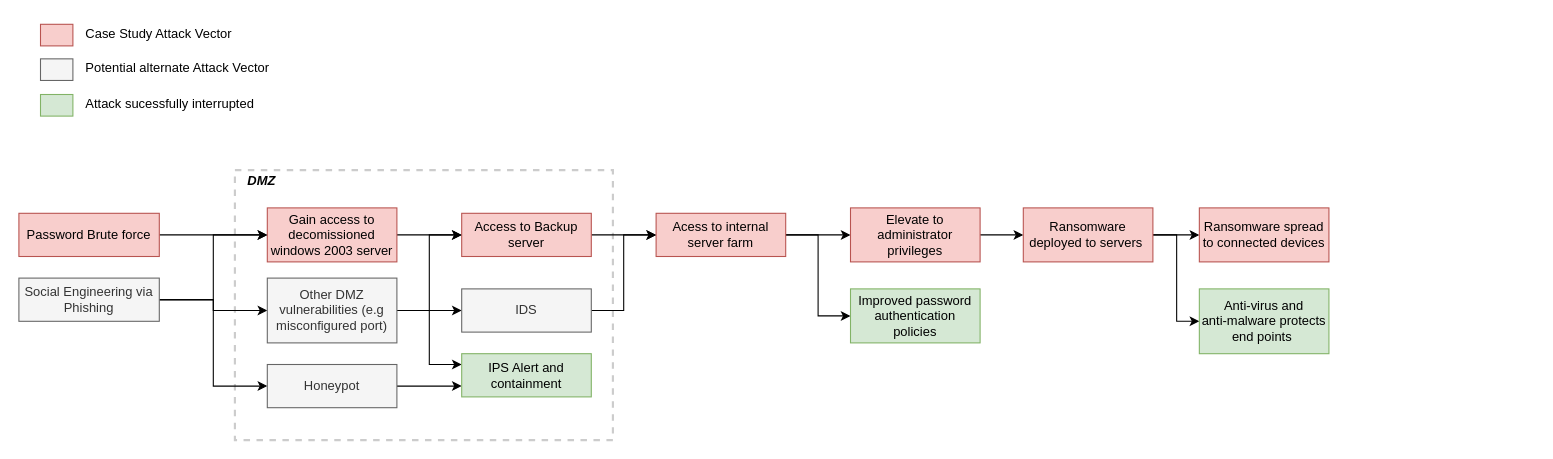
Before: Attack_vector_diagram.drawio in Jeenix/info-sec, a draw.io diagram. Source tidied: cells renumbered, new cells numbered last; positions are measured from the earlier drawing's top-left corner, leaving out a move shared by most shapes. Both pictures are drawn from the tidied source at 108%, with x=0, y=0 at pixel (18, 18).
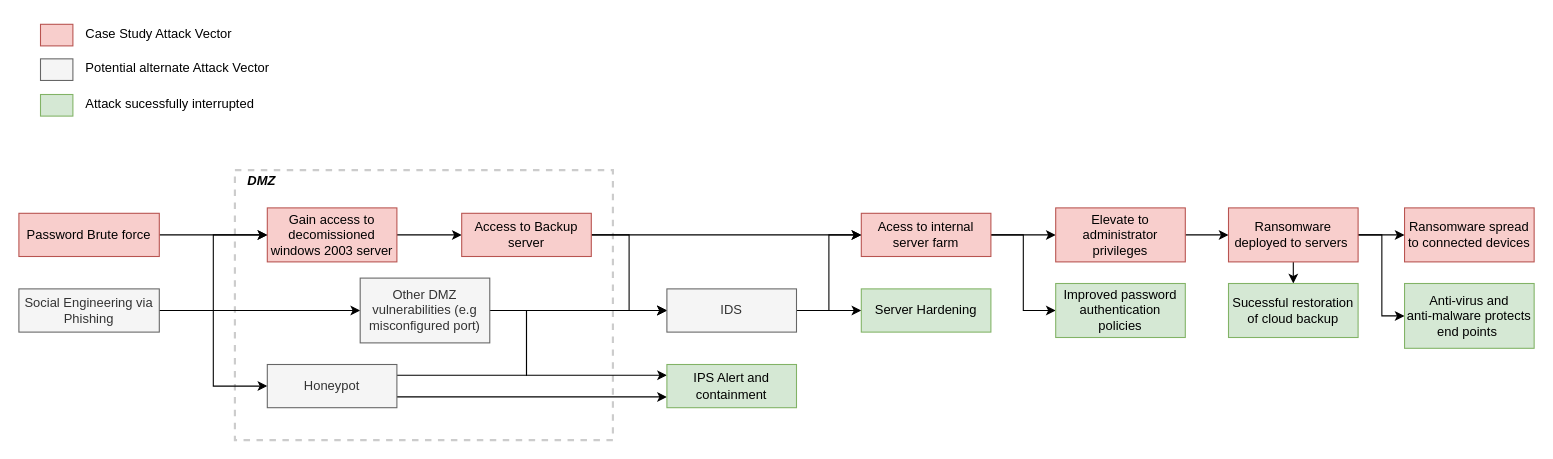
The same page after the edit.

Unchanged cells that the change refers to:
```xml
<mxCell id="8" value="Access to Backup server" style="rounded=0;whiteSpace=wrap;html=1;fontSize=12;glass=0;strokeWidth=1;shadow=0;fillColor=#f8cecc;strokeColor=#b85450;" parent="1" vertex="1">
  <mxGeometry x="410" y="180" width="120" height="40" as="geometry" />
</mxCell>
<mxCell id="28" value="Honeypot" style="rounded=0;whiteSpace=wrap;html=1;fontSize=12;glass=0;strokeWidth=1;shadow=0;fillColor=#f5f5f5;strokeColor=#666666;fontColor=#333333;" parent="1" vertex="1">
  <mxGeometry x="230" y="320" width="120" height="40" as="geometry" />
</mxCell>
```

Change to the diagram source:
```diff
@@
+    <mxCell id="40" style="edgeStyle=elbowEdgeStyle;shape=connector;rounded=0;jettySize=auto;html=1;entryX=0;entryY=0.5;entryDx=0;entryDy=0;labelBackgroundColor=default;fontFamily=Helvetica;fontSize=11;fontColor=default;endArrow=classic;strokeColor=default;" parent="1" edge="1" source="8" target="39">
+      <mxGeometry relative="1" as="geometry" />
+    </mxCell>
@@
     <mxCell id="16" value="Social Engineering via Phishing" style="rounded=0;whiteSpace=wrap;html=1;fontSize=12;glass=0;strokeWidth=1;shadow=0;fillColor=#f5f5f5;strokeColor=#666666;fontColor=#333333;" parent="1" vertex="1">
-      <mxGeometry y="240" width="130" height="40" as="geometry" />
+      <mxGeometry y="250" width="130" height="40" as="geometry" />
     </mxCell>
@@
     <mxCell id="19" value="Acess to internal server farm" style="rounded=0;whiteSpace=wrap;html=1;fontSize=12;glass=0;strokeWidth=1;shadow=0;fillColor=#f8cecc;strokeColor=#b85450;" parent="1" vertex="1">
-      <mxGeometry x="590" y="180" width="120" height="40" as="geometry" />
+      <mxGeometry x="780" y="180" width="120" height="40" as="geometry" />
     </mxCell>
@@
     <mxCell id="21" value="Elevate to administrator privileges" style="rounded=0;whiteSpace=wrap;html=1;fontSize=12;glass=0;strokeWidth=1;shadow=0;fillColor=#f8cecc;strokeColor=#b85450;" parent="1" vertex="1">
-      <mxGeometry x="770" y="175" width="120" height="50" as="geometry" />
+      <mxGeometry x="960" y="175" width="120" height="50" as="geometry" />
     </mxCell>
@@
+    <mxCell id="25" style="edgeStyle=elbowEdgeStyle;shape=connector;rounded=0;jettySize=auto;html=1;labelBackgroundColor=default;fontFamily=Helvetica;fontSize=11;fontColor=default;endArrow=classic;strokeColor=default;" parent="1" edge="1" source="26" target="39">
+      <mxGeometry relative="1" as="geometry" />
+    </mxCell>
     <mxCell id="23" style="edgeStyle=elbowEdgeStyle;shape=connector;rounded=0;jettySize=auto;html=1;entryX=0;entryY=0.25;entryDx=0;entryDy=0;labelBackgroundColor=default;fontFamily=Helvetica;fontSize=11;fontColor=default;endArrow=classic;strokeColor=default;" parent="1" edge="1" source="26" target="29">
-      <mxGeometry relative="1" as="geometry" />
+      <mxGeometry relative="1" as="geometry">
+        <Array as="points">
+          <mxPoint x="470" y="270" />
+        </Array>
+      </mxGeometry>
     </mxCell>
-    <mxCell id="24" style="edgeStyle=elbowEdgeStyle;shape=connector;rounded=0;jettySize=auto;html=1;labelBackgroundColor=default;fontFamily=Helvetica;fontSize=11;fontColor=default;endArrow=classic;strokeColor=default;" parent="1" edge="1" source="26" target="8">
-      <mxGeometry relative="1" as="geometry" />
-    </mxCell>
-    <mxCell id="25" style="edgeStyle=elbowEdgeStyle;shape=connector;rounded=0;jettySize=auto;html=1;labelBackgroundColor=default;fontFamily=Helvetica;fontSize=11;fontColor=default;endArrow=classic;strokeColor=default;" parent="1" edge="1" source="26" target="39">
-      <mxGeometry relative="1" as="geometry" />
-    </mxCell>
     <mxCell id="26" value="Other DMZ vulnerabilities (e.g misconfigured port)" style="rounded=0;whiteSpace=wrap;html=1;fontSize=12;glass=0;strokeWidth=1;shadow=0;fillColor=#f5f5f5;strokeColor=#666666;fontColor=#333333;" parent="1" vertex="1">
-      <mxGeometry x="230" y="240" width="120" height="60" as="geometry" />
+      <mxGeometry x="316" y="240" width="120" height="60" as="geometry" />
     </mxCell>
+    <mxCell id="41" style="edgeStyle=elbowEdgeStyle;shape=connector;rounded=0;jettySize=auto;html=1;exitX=1;exitY=0.25;exitDx=0;exitDy=0;labelBackgroundColor=default;fontFamily=Helvetica;fontSize=11;fontColor=default;endArrow=classic;strokeColor=default;" parent="1" edge="1" source="28" target="39">
+      <mxGeometry relative="1" as="geometry">
+        <Array as="points">
+          <mxPoint x="470" y="270" />
+        </Array>
+      </mxGeometry>
+    </mxCell>
-    <mxCell id="27" style="edgeStyle=elbowEdgeStyle;shape=connector;rounded=0;jettySize=auto;html=1;entryX=0;entryY=0.75;entryDx=0;entryDy=0;labelBackgroundColor=default;fontFamily=Helvetica;fontSize=11;fontColor=default;endArrow=classic;strokeColor=default;" parent="1" edge="1" source="28" target="29">
+    <mxCell id="27" style="edgeStyle=elbowEdgeStyle;shape=connector;rounded=0;jettySize=auto;html=1;exitX=1;exitY=0.75;exitDx=0;exitDy=0;entryX=0;entryY=0.75;entryDx=0;entryDy=0;labelBackgroundColor=default;fontFamily=Helvetica;fontSize=11;fontColor=default;endArrow=classic;strokeColor=default;" parent="1" edge="1" source="28" target="29">
       <mxGeometry relative="1" as="geometry" />
     </mxCell>
@@
     <mxCell id="29" value="IPS Alert and containment" style="rounded=0;whiteSpace=wrap;html=1;fontSize=12;glass=0;strokeWidth=1;shadow=0;fillColor=#d5e8d4;strokeColor=#82b366;" parent="1" vertex="1">
-      <mxGeometry x="410" y="310" width="120" height="40" as="geometry" />
+      <mxGeometry x="600" y="320" width="120" height="40" as="geometry" />
     </mxCell>
     <mxCell id="30" value="Improved password authentication policies" style="rounded=0;whiteSpace=wrap;html=1;fontSize=12;glass=0;strokeWidth=1;shadow=0;fillColor=#d5e8d4;strokeColor=#82b366;" parent="1" vertex="1">
-      <mxGeometry x="770" y="250" width="120" height="50" as="geometry" />
+      <mxGeometry x="960" y="245" width="120" height="50" as="geometry" />
     </mxCell>
@@
+    <mxCell id="42" style="edgeStyle=elbowEdgeStyle;shape=connector;rounded=0;jettySize=auto;html=1;entryX=0.5;entryY=0;entryDx=0;entryDy=0;labelBackgroundColor=default;fontFamily=Helvetica;fontSize=11;fontColor=default;endArrow=classic;strokeColor=default;" parent="1" edge="1" source="35" target="44">
+      <mxGeometry relative="1" as="geometry" />
+    </mxCell>
     <mxCell id="35" value="Ransomware deployed to servers&amp;nbsp;" style="rounded=0;whiteSpace=wrap;html=1;fontSize=12;glass=0;strokeWidth=1;shadow=0;fillColor=#f8cecc;strokeColor=#b85450;" parent="1" vertex="1">
-      <mxGeometry x="930" y="175" width="120" height="50" as="geometry" />
+      <mxGeometry x="1120" y="175" width="120" height="50" as="geometry" />
     </mxCell>
     <mxCell id="36" value="Ransomware spread to connected devices" style="rounded=0;whiteSpace=wrap;html=1;fontSize=12;glass=0;strokeWidth=1;shadow=0;fillColor=#f8cecc;strokeColor=#b85450;" parent="1" vertex="1">
-      <mxGeometry x="1093" y="175" width="120" height="50" as="geometry" />
+      <mxGeometry x="1283" y="175" width="120" height="50" as="geometry" />
     </mxCell>
     <mxCell id="37" value="Anti-virus and &lt;br&gt;anti-malware protects end points&amp;nbsp;" style="rounded=0;whiteSpace=wrap;html=1;fontSize=12;glass=0;strokeWidth=1;shadow=0;fillColor=#d5e8d4;strokeColor=#82b366;" parent="1" vertex="1">
-      <mxGeometry x="1093" y="250" width="120" height="60" as="geometry" />
+      <mxGeometry x="1283" y="245" width="120" height="60" as="geometry" />
     </mxCell>
@@
+    <mxCell id="43" style="edgeStyle=elbowEdgeStyle;shape=connector;rounded=0;jettySize=auto;html=1;labelBackgroundColor=default;fontFamily=Helvetica;fontSize=11;fontColor=default;endArrow=classic;strokeColor=default;" parent="1" edge="1" source="39" target="45">
+      <mxGeometry relative="1" as="geometry" />
+    </mxCell>
     <mxCell id="39" value="IDS" style="rounded=0;whiteSpace=wrap;html=1;fontSize=12;glass=0;strokeWidth=1;shadow=0;fillColor=#f5f5f5;strokeColor=#666666;fontColor=#333333;" parent="1" vertex="1">
-      <mxGeometry x="410" y="250" width="120" height="40" as="geometry" />
+      <mxGeometry x="600" y="250" width="120" height="40" as="geometry" />
     </mxCell>
+    <mxCell id="44" value="Sucessful restoration of cloud backup" style="rounded=0;whiteSpace=wrap;html=1;fontSize=12;glass=0;strokeWidth=1;shadow=0;fillColor=#d5e8d4;strokeColor=#82b366;" parent="1" vertex="1">
+      <mxGeometry x="1120" y="245" width="120" height="50" as="geometry" />
+    </mxCell>
+    <mxCell id="45" value="Server Hardening" style="rounded=0;whiteSpace=wrap;html=1;fontSize=12;glass=0;strokeWidth=1;shadow=0;fillColor=#d5e8d4;strokeColor=#82b366;" parent="1" vertex="1">
+      <mxGeometry x="780" y="250" width="120" height="40" as="geometry" />
+    </mxCell>
```
